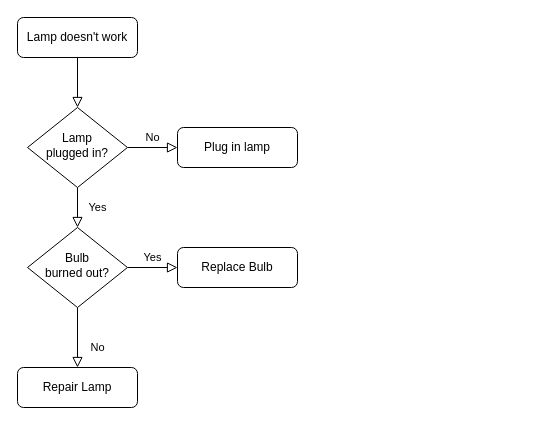
This is 未命名绘图.drawio from zhouyu260/aliyun-sts-go-sdk, a draw.io file, before an edit. Source tidied: cells renumbered, new cells numbered last; positions are measured from the earlier drawing's top-left corner, leaving out a move shared by most shapes. Both pictures are drawn from the tidied source at 100%, with x=0, y=0 at pixel (17, 17).
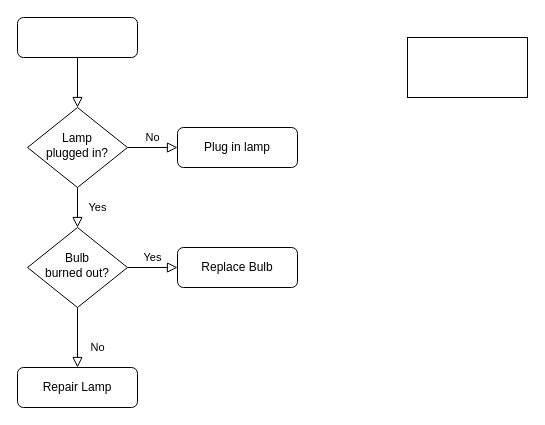
The same diagram, later.

Commit message:
更新未命名绘图.drawio

Diff of the diagram source:
```diff
@@
 <mxGraphModel>
   <root>
     <mxCell id="0" />
     <mxCell id="1" parent="0" />
     <mxCell id="2" style="rounded=0;html=1;jettySize=auto;fontSize=11;endArrow=block;endFill=0;endSize=8;strokeWidth=1;shadow=0;labelBackgroundColor=none;edgeStyle=orthogonalEdgeStyle;" parent="1" edge="1" source="3" target="6">
       <mxGeometry relative="1" as="geometry" />
     </mxCell>
-    <mxCell id="3" value="Lamp doesn't work" style="rounded=1;whiteSpace=wrap;html=1;fontSize=12;glass=0;strokeWidth=1;shadow=0;" parent="1" vertex="1">
+    <mxCell id="3" style="rounded=1;whiteSpace=wrap;html=1;fontSize=12;glass=0;strokeWidth=1;shadow=0;" parent="1" vertex="1">
       <mxGeometry width="120" height="40" as="geometry" />
     </mxCell>
     <mxCell id="4" value="Yes" style="rounded=0;html=1;jettySize=auto;fontSize=11;endArrow=block;endFill=0;endSize=8;strokeWidth=1;shadow=0;labelBackgroundColor=none;edgeStyle=orthogonalEdgeStyle;" parent="1" edge="1" source="6" target="10">
       <mxGeometry y="20" relative="1" as="geometry" />
     </mxCell>
     <mxCell id="5" value="No" style="edgeStyle=orthogonalEdgeStyle;rounded=0;html=1;jettySize=auto;fontSize=11;endArrow=block;endFill=0;endSize=8;strokeWidth=1;shadow=0;labelBackgroundColor=none;" parent="1" edge="1" source="6" target="7">
       <mxGeometry y="10" relative="1" as="geometry" />
     </mxCell>
     <mxCell id="6" value="Lamp&lt;br&gt;plugged in?" style="rhombus;whiteSpace=wrap;html=1;shadow=0;fontFamily=Helvetica;fontSize=12;align=center;strokeWidth=1;spacing=6;spacingTop=-4;" parent="1" vertex="1">
       <mxGeometry x="10" y="90" width="100" height="80" as="geometry" />
     </mxCell>
     <mxCell id="7" value="Plug in lamp" style="rounded=1;whiteSpace=wrap;html=1;fontSize=12;glass=0;strokeWidth=1;shadow=0;" parent="1" vertex="1">
       <mxGeometry x="160" y="110" width="120" height="40" as="geometry" />
     </mxCell>
     <mxCell id="8" value="No" style="rounded=0;html=1;jettySize=auto;fontSize=11;endArrow=block;endFill=0;endSize=8;strokeWidth=1;shadow=0;labelBackgroundColor=none;edgeStyle=orthogonalEdgeStyle;" parent="1" edge="1" source="10" target="11">
       <mxGeometry x="0.33" y="20" relative="1" as="geometry" />
     </mxCell>
     <mxCell id="9" value="Yes" style="edgeStyle=orthogonalEdgeStyle;rounded=0;html=1;jettySize=auto;fontSize=11;endArrow=block;endFill=0;endSize=8;strokeWidth=1;shadow=0;labelBackgroundColor=none;" parent="1" edge="1" source="10" target="12">
       <mxGeometry y="10" relative="1" as="geometry" />
     </mxCell>
     <mxCell id="10" value="Bulb&lt;br&gt;burned out?" style="rhombus;whiteSpace=wrap;html=1;shadow=0;fontFamily=Helvetica;fontSize=12;align=center;strokeWidth=1;spacing=6;spacingTop=-4;" parent="1" vertex="1">
       <mxGeometry x="10" y="210" width="100" height="80" as="geometry" />
     </mxCell>
     <mxCell id="11" value="Repair Lamp" style="rounded=1;whiteSpace=wrap;html=1;fontSize=12;glass=0;strokeWidth=1;shadow=0;" parent="1" vertex="1">
       <mxGeometry y="350" width="120" height="40" as="geometry" />
     </mxCell>
     <mxCell id="12" value="Replace Bulb" style="rounded=1;whiteSpace=wrap;html=1;fontSize=12;glass=0;strokeWidth=1;shadow=0;" parent="1" vertex="1">
       <mxGeometry x="160" y="230" width="120" height="40" as="geometry" />
     </mxCell>
+    <mxCell id="13" style="rounded=0;whiteSpace=wrap;html=1;" parent="1" vertex="1">
+      <mxGeometry x="390" y="20" width="120" height="60" as="geometry" />
+    </mxCell>
   </root>
 </mxGraphModel>
```
